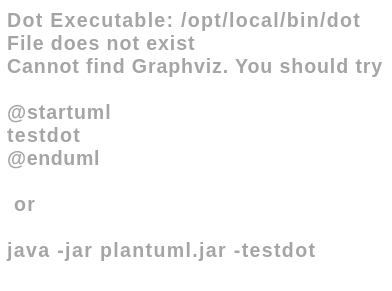
Above: docs/sprintA/us003/02.analysis/svg/us003-domain-model.svg in Goncalves2525/real-estate-management-system (PlantUML), before the change.
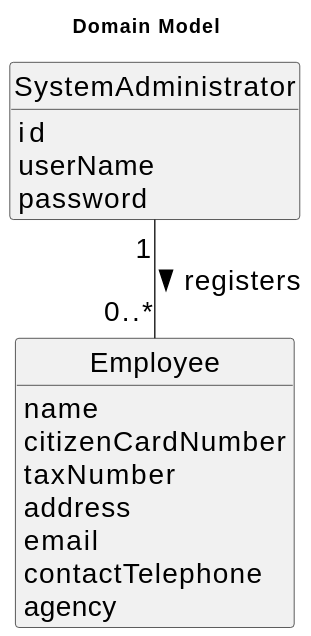
The same diagram one commit later.

What changed in the source:
```diff
@@ -10,39 +10,24 @@
 hide circle
 hide methods
 
+title Domain Model
 
 
-class Organization {
-    name
-    vatNumber
-    website
-    phoneNumber
-    email
+class SystemAdministrator {
+   id
+   userName
+   password
 }
 
-class Task {
-    reference
-    description
-    informalDesc
-    technicalDesc
-    duration
-    cost
+class Employee{
+    name
+    citizenCardNumber
+    taxNumber
+    address
+    email
+    contactTelephone
+    agency
 }
 
-class Category {
-    description
-}
-
-class Employee {
-    name
-    email
-    position
-    phone
-}
-
-
-Organization "1" - "0..*" Employee : has >
-Organization "1" - "0..*" Task: owns >
-Employee "1" -- "*" Task : creates >
-Task "*" - "1" Category: cataloged as >
+SystemAdministrator "1" -- "0..*" Employee : registers >
 @enduml
```
